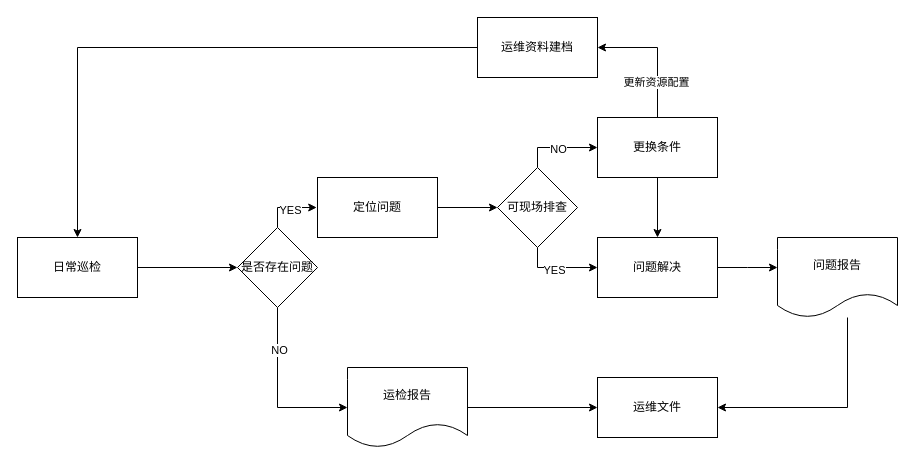
Earlier version of the draw.io diagram 运维服务流程.drawio (xiaogebin0713/test2). Source tidied: cells renumbered, new cells numbered last; positions are measured from the earlier drawing's top-left corner, leaving out a move shared by most shapes. Both pictures are drawn from the tidied source at 100%, with x=0, y=0 at pixel (17, 17).
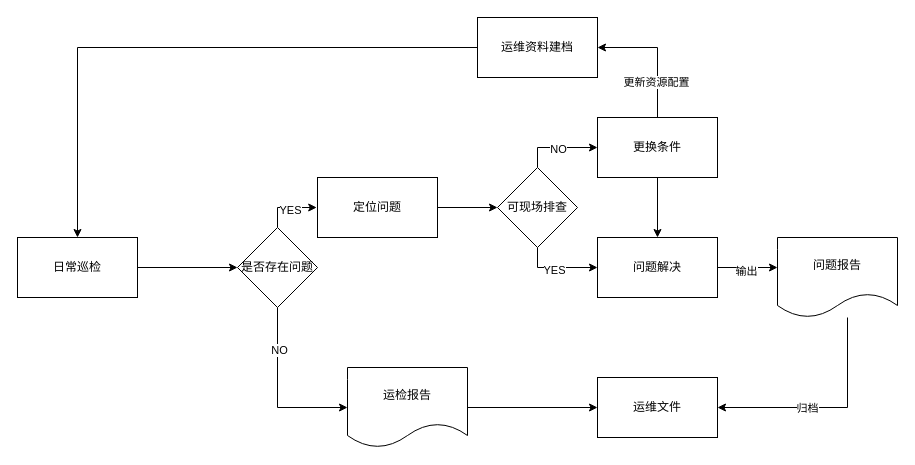
After the change.

Commit message (it also covers changes not shown here):
更新运维服务流程.drawio

Unchanged cells that the change refers to:
```xml
<mxCell id="20" style="edgeStyle=orthogonalEdgeStyle;rounded=0;jettySize=auto;html=1;" parent="1" edge="1" source="21">
  <mxGeometry relative="1" as="geometry">
    <mxPoint x="760" y="250" as="targetPoint" />
  </mxGeometry>
</mxCell>
<mxCell id="24" style="edgeStyle=orthogonalEdgeStyle;rounded=0;jettySize=auto;html=1;entryX=1;entryY=0.5;entryDx=0;entryDy=0;" parent="1" edge="1" source="25" target="26">
  <mxGeometry relative="1" as="geometry">
    <Array as="points">
      <mxPoint x="830" y="390" />
    </Array>
  </mxGeometry>
</mxCell>
```

Change to the diagram source:
```diff
@@
+    <mxCell id="29" value="输出" style="edgeLabel;html=1;align=center;verticalAlign=middle;" parent="20" vertex="1">
+      <mxGeometry x="-0.09" y="-3" relative="1" as="geometry" />
+    </mxCell>
@@
+    <mxCell id="30" value="归档" style="edgeLabel;html=1;align=center;verticalAlign=middle;" parent="24" vertex="1">
+      <mxGeometry x="0.19" relative="1" as="geometry" />
+    </mxCell>
```
